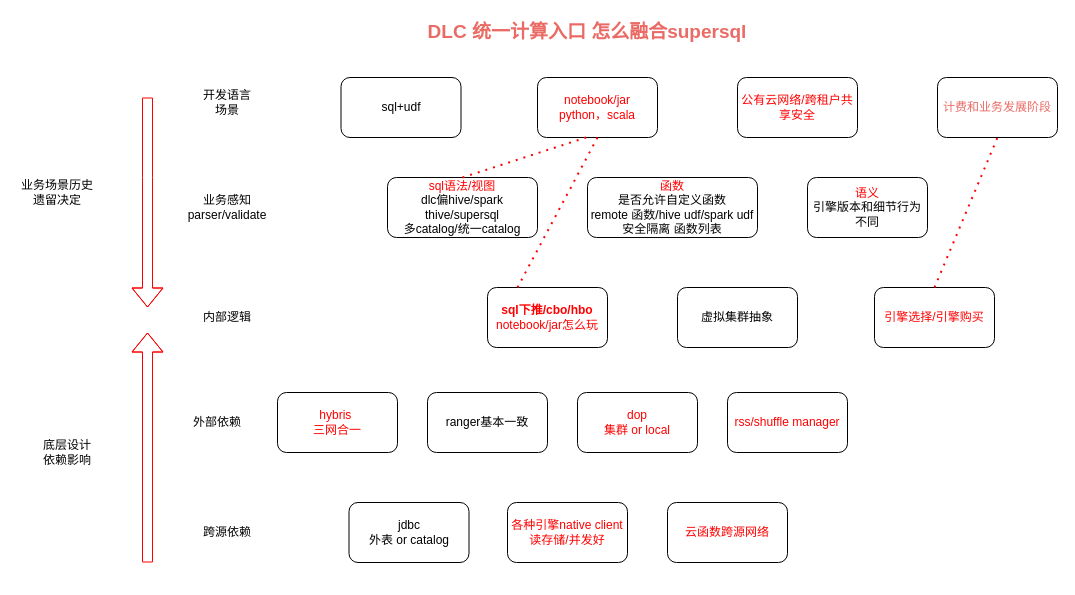
The draw.io diagram 统一计算.drawio in yuhuali1989/ui, before the edit. Source tidied: cells renumbered, new cells numbered last; positions are measured from the earlier drawing's top-left corner, leaving out a move shared by most shapes. Both pictures are drawn from the tidied source at 100%, with x=0, y=0 at pixel (17, 17).
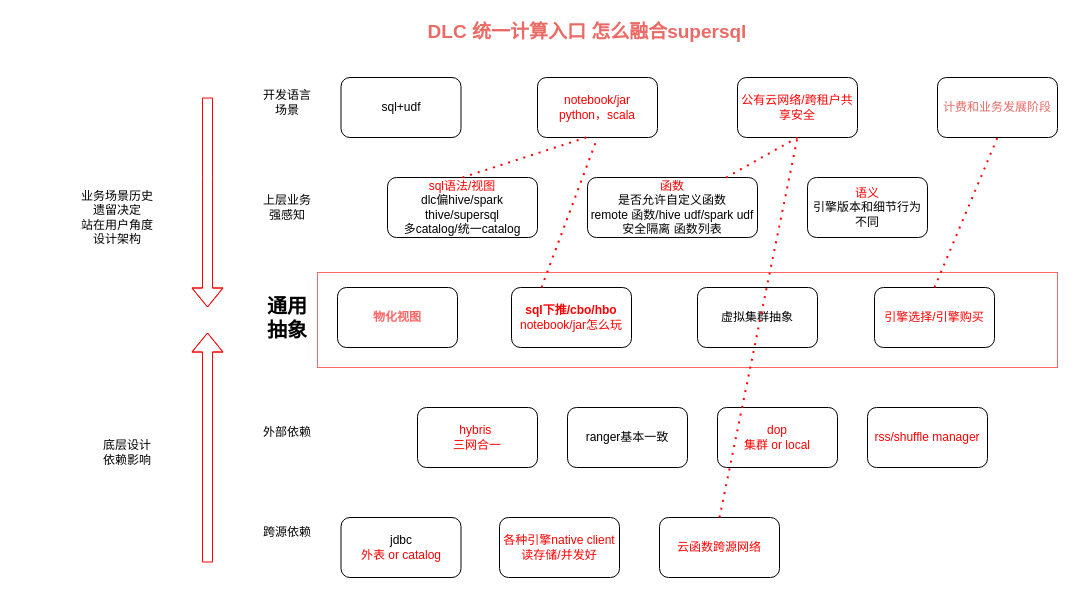
The same diagram, later.

Unchanged cells that the change refers to:
```xml
<mxCell id="4" value="&lt;font color=&quot;#ff0000&quot;&gt;函数&lt;/font&gt;&lt;br&gt;是否允许自定义函数&lt;br&gt;remote 函数/hive udf/spark udf&lt;br&gt;安全隔离 函数列表" style="rounded=1;whiteSpace=wrap;html=1;" parent="1" vertex="1">
  <mxGeometry x="570" y="160" width="170" height="60" as="geometry" />
</mxCell>
<mxCell id="22" value="&lt;font color=&quot;#ff0000&quot;&gt;公有云网络/跨租户共享安全&lt;/font&gt;" style="rounded=1;whiteSpace=wrap;html=1;" parent="1" vertex="1">
  <mxGeometry x="720" y="60" width="120" height="60" as="geometry" />
</mxCell>
```

What changed in the source:
```diff
@@
+    <mxCell id="32" style="rounded=0;whiteSpace=wrap;html=1;strokeColor=#FF6666;fontSize=19;fontColor=#EA6B66;" parent="1" vertex="1">
+      <mxGeometry x="300" y="255" width="740" height="95" as="geometry" />
+    </mxCell>
@@
-    <mxCell id="3" value="业务感知&lt;br&gt;parser/validate" style="text;html=1;strokeColor=none;fillColor=none;align=center;verticalAlign=middle;whiteSpace=wrap;rounded=0;" parent="1" vertex="1">
-      <mxGeometry x="180" y="175" width="60" height="30" as="geometry" />
+    <mxCell id="3" value="上层业务强感知" style="text;html=1;strokeColor=none;fillColor=none;align=center;verticalAlign=middle;whiteSpace=wrap;rounded=0;" parent="1" vertex="1">
+      <mxGeometry x="240" y="175" width="60" height="30" as="geometry" />
     </mxCell>
@@
     <mxCell id="7" value="开发语言场景" style="text;html=1;strokeColor=none;fillColor=none;align=center;verticalAlign=middle;whiteSpace=wrap;rounded=0;" parent="1" vertex="1">
-      <mxGeometry x="180" y="70" width="60" height="30" as="geometry" />
+      <mxGeometry x="240" y="70" width="60" height="30" as="geometry" />
     </mxCell>
@@
     <mxCell id="9" value="&lt;font color=&quot;#ff0000&quot;&gt;hybris&amp;nbsp;&lt;br&gt;三网合一&lt;br&gt;&lt;/font&gt;" style="rounded=1;whiteSpace=wrap;html=1;" parent="1" vertex="1">
-      <mxGeometry x="260" y="375" width="120" height="60" as="geometry" />
+      <mxGeometry x="400" y="390" width="120" height="60" as="geometry" />
     </mxCell>
-    <mxCell id="10" value="内部逻辑" style="text;html=1;strokeColor=none;fillColor=none;align=center;verticalAlign=middle;whiteSpace=wrap;rounded=0;" parent="1" vertex="1">
-      <mxGeometry x="180" y="285" width="60" height="30" as="geometry" />
+    <mxCell id="10" value="通用抽象" style="text;html=1;strokeColor=none;fillColor=none;align=center;verticalAlign=middle;whiteSpace=wrap;rounded=0;fontSize=20;fontStyle=1;" parent="1" vertex="1">
+      <mxGeometry x="240" y="285" width="60" height="30" as="geometry" />
     </mxCell>
     <mxCell id="11" value="&lt;font&gt;ranger基本一致&lt;/font&gt;" style="rounded=1;whiteSpace=wrap;html=1;fontColor=#000000;" parent="1" vertex="1">
-      <mxGeometry x="410" y="375" width="120" height="60" as="geometry" />
+      <mxGeometry x="550" y="390" width="120" height="60" as="geometry" />
     </mxCell>
@@
     <mxCell id="13" value="&lt;font color=&quot;#ff0000&quot;&gt;&lt;b&gt;sql下推/cbo/hbo&lt;br&gt;&lt;/b&gt;notebook/jar怎么玩&lt;br&gt;&lt;/font&gt;" style="rounded=1;whiteSpace=wrap;html=1;" parent="1" vertex="1">
-      <mxGeometry x="470" y="270" width="120" height="60" as="geometry" />
+      <mxGeometry x="494" y="270" width="120" height="60" as="geometry" />
     </mxCell>
     <mxCell id="14" value="&lt;font&gt;虚拟集群抽象&lt;/font&gt;" style="rounded=1;whiteSpace=wrap;html=1;fontColor=#000000;" parent="1" vertex="1">
-      <mxGeometry x="660" y="270" width="120" height="60" as="geometry" />
+      <mxGeometry x="680" y="270" width="120" height="60" as="geometry" />
     </mxCell>
     <mxCell id="15" value="外部依赖" style="text;html=1;strokeColor=none;fillColor=none;align=center;verticalAlign=middle;whiteSpace=wrap;rounded=0;" parent="1" vertex="1">
-      <mxGeometry x="170" y="390" width="60" height="30" as="geometry" />
+      <mxGeometry x="240" y="400" width="60" height="30" as="geometry" />
     </mxCell>
     <mxCell id="16" value="&lt;font color=&quot;#ff0000&quot;&gt;dop&lt;br&gt;集群 or local&lt;br&gt;&lt;/font&gt;" style="rounded=1;whiteSpace=wrap;html=1;" parent="1" vertex="1">
-      <mxGeometry x="560" y="375" width="120" height="60" as="geometry" />
+      <mxGeometry x="700" y="390" width="120" height="60" as="geometry" />
     </mxCell>
     <mxCell id="17" value="&lt;font color=&quot;#ff0000&quot;&gt;rss/shuffle manager&lt;/font&gt;" style="rounded=1;whiteSpace=wrap;html=1;" parent="1" vertex="1">
-      <mxGeometry x="710" y="375" width="120" height="60" as="geometry" />
+      <mxGeometry x="850" y="390" width="120" height="60" as="geometry" />
     </mxCell>
     <mxCell id="18" value="跨源依赖" style="text;html=1;strokeColor=none;fillColor=none;align=center;verticalAlign=middle;whiteSpace=wrap;rounded=0;" parent="1" vertex="1">
-      <mxGeometry x="180" y="500" width="60" height="30" as="geometry" />
+      <mxGeometry x="240" y="500" width="60" height="30" as="geometry" />
     </mxCell>
-    <mxCell id="19" value="&lt;font&gt;jdbc&lt;br&gt;外表 or catalog&lt;br&gt;&lt;/font&gt;" style="rounded=1;whiteSpace=wrap;html=1;fontColor=#000000;" parent="1" vertex="1">
-      <mxGeometry x="331.5" y="485" width="120" height="60" as="geometry" />
+    <mxCell id="19" value="&lt;font&gt;jdbc&lt;br&gt;&lt;font color=&quot;#ff0000&quot;&gt;外表 or catalog&lt;/font&gt;&lt;br&gt;&lt;/font&gt;" style="rounded=1;whiteSpace=wrap;html=1;fontColor=#000000;" parent="1" vertex="1">
+      <mxGeometry x="323.5" y="500" width="120" height="60" as="geometry" />
     </mxCell>
     <mxCell id="20" value="&lt;font color=&quot;#ff0000&quot;&gt;各种引擎native client 读存储/并发好&lt;br&gt;&lt;/font&gt;" style="rounded=1;whiteSpace=wrap;html=1;" parent="1" vertex="1">
-      <mxGeometry x="490" y="485" width="120" height="60" as="geometry" />
+      <mxGeometry x="482" y="500" width="120" height="60" as="geometry" />
     </mxCell>
     <mxCell id="21" value="云函数跨源网络" style="rounded=1;whiteSpace=wrap;html=1;fontColor=#FF0000;" parent="1" vertex="1">
-      <mxGeometry x="650" y="485" width="120" height="60" as="geometry" />
+      <mxGeometry x="642" y="500" width="120" height="60" as="geometry" />
     </mxCell>
@@
     <mxCell id="27" style="shape=flexArrow;endArrow=classic;html=1;rounded=0;strokeColor=#FF0000;fontColor=#FFCCCC;" parent="1" edge="1">
       <mxGeometry relative="1" as="geometry">
-        <mxPoint x="130" y="80" as="sourcePoint" />
-        <mxPoint x="130" y="290" as="targetPoint" />
+        <mxPoint x="190" y="80" as="sourcePoint" />
+        <mxPoint x="190" y="290" as="targetPoint" />
         <Array as="points">
-          <mxPoint x="130" y="160" />
+          <mxPoint x="190" y="160" />
         </Array>
       </mxGeometry>
     </mxCell>
     <mxCell id="28" style="shape=flexArrow;endArrow=classic;html=1;rounded=0;strokeColor=#FF0000;fontColor=#FFCCCC;" parent="1" edge="1">
       <mxGeometry relative="1" as="geometry">
-        <mxPoint x="130" y="545" as="sourcePoint" />
-        <mxPoint x="130" y="315" as="targetPoint" />
+        <mxPoint x="190" y="545" as="sourcePoint" />
+        <mxPoint x="190" y="315" as="targetPoint" />
         <Array as="points">
-          <mxPoint x="130" y="185" />
+          <mxPoint x="190" y="185" />
         </Array>
       </mxGeometry>
     </mxCell>
-    <mxCell id="29" value="&lt;font color=&quot;#000000&quot;&gt;业务场景历史遗留决定&lt;/font&gt;" style="text;html=1;strokeColor=none;fillColor=none;align=center;verticalAlign=middle;whiteSpace=wrap;rounded=0;fontColor=#FFCCCC;" parent="1" vertex="1">
-      <mxGeometry y="160" width="80" height="30" as="geometry" />
+    <mxCell id="29" value="&lt;font color=&quot;#000000&quot;&gt;业务场景历史遗留决定&lt;br&gt;站在用户角度设计架构&lt;br&gt;&lt;/font&gt;" style="text;html=1;strokeColor=none;fillColor=none;align=center;verticalAlign=middle;whiteSpace=wrap;rounded=0;fontColor=#FFCCCC;" parent="1" vertex="1">
+      <mxGeometry x="60" y="160" width="80" height="80" as="geometry" />
     </mxCell>
     <mxCell id="30" value="&lt;font color=&quot;#000000&quot;&gt;底层设计依赖影响&lt;/font&gt;" style="text;html=1;strokeColor=none;fillColor=none;align=center;verticalAlign=middle;whiteSpace=wrap;rounded=0;fontColor=#FFCCCC;" parent="1" vertex="1">
-      <mxGeometry x="20" y="420" width="60" height="30" as="geometry" />
+      <mxGeometry x="80" y="420" width="60" height="30" as="geometry" />
     </mxCell>
@@
+    <mxCell id="33" style="endArrow=none;dashed=1;html=1;dashPattern=1 3;strokeWidth=2;rounded=0;strokeColor=#FF0000;fontSize=19;fontColor=#EA6B66;entryX=0.5;entryY=1;entryDx=0;entryDy=0;" parent="1" edge="1" source="4" target="22">
+      <mxGeometry relative="1" as="geometry" />
+    </mxCell>
+    <mxCell id="34" style="endArrow=none;dashed=1;html=1;dashPattern=1 3;strokeWidth=2;rounded=0;strokeColor=#FF0000;fontSize=19;fontColor=#EA6B66;entryX=0.5;entryY=1;entryDx=0;entryDy=0;exitX=0.5;exitY=0;exitDx=0;exitDy=0;" parent="1" edge="1" source="21" target="22">
+      <mxGeometry relative="1" as="geometry" />
+    </mxCell>
+    <mxCell id="35" value="&lt;font&gt;&lt;b&gt;物化视图&lt;/b&gt;&lt;br&gt;&lt;/font&gt;" style="rounded=1;whiteSpace=wrap;html=1;fontColor=#FF6666;" parent="1" vertex="1">
+      <mxGeometry x="320" y="270" width="120" height="60" as="geometry" />
+    </mxCell>
```
